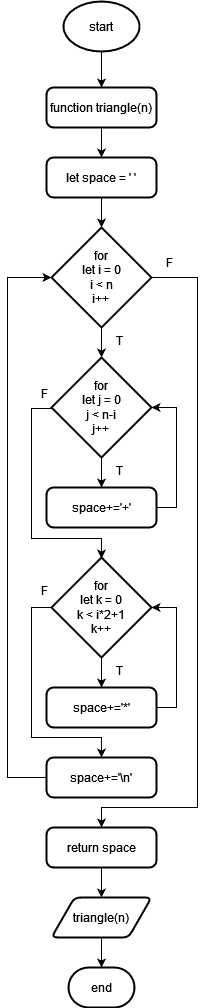
This is flowchart-diagram/print_triangle_algorithm.drawio.png from Destantomy/Dry-run-algorithm, a draw.io export, as it was before one commit. Source tidied: cells renumbered, new cells last; positions are measured from the earlier drawing's top-left corner, leaving out a move shared by most shapes.
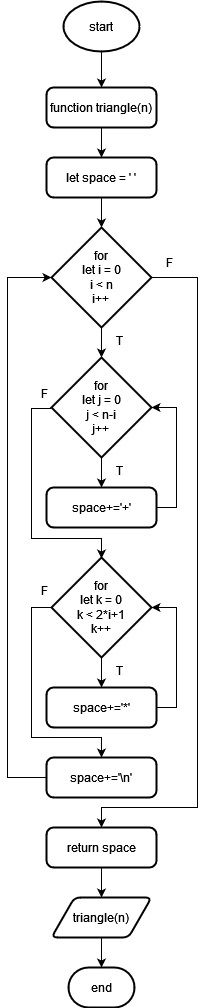
Above is the later version.

Change to the diagram source:
```diff
@@ -50,7 +50,7 @@
         </Array>
       </mxGeometry>
     </mxCell>
-    <mxCell id="14" value="&lt;div&gt;for&lt;/div&gt;&lt;div&gt;let k = 0&lt;/div&gt;&lt;div&gt;k &amp;lt; i*2+1&lt;br&gt;&lt;/div&gt;&lt;div&gt;k++&lt;br&gt;&lt;/div&gt;" style="strokeWidth=2;html=1;shape=mxgraph.flowchart.decision;whiteSpace=wrap;strokeColor=#000000;" parent="1" vertex="1">
+    <mxCell id="14" value="&lt;div&gt;for&lt;/div&gt;&lt;div&gt;let k = 0&lt;/div&gt;&lt;div&gt;k &amp;lt; 2*i+1&lt;br&gt;&lt;/div&gt;&lt;div&gt;k++&lt;br&gt;&lt;/div&gt;" style="strokeWidth=2;html=1;shape=mxgraph.flowchart.decision;whiteSpace=wrap;strokeColor=#000000;" parent="1" vertex="1">
       <mxGeometry x="44" y="556" width="100" height="100" as="geometry" />
     </mxCell>
     <mxCell id="15" value="space+='*'" style="rounded=1;whiteSpace=wrap;html=1;absoluteArcSize=1;arcSize=14;strokeWidth=2;strokeColor=#000000;" parent="1" vertex="1">
```
